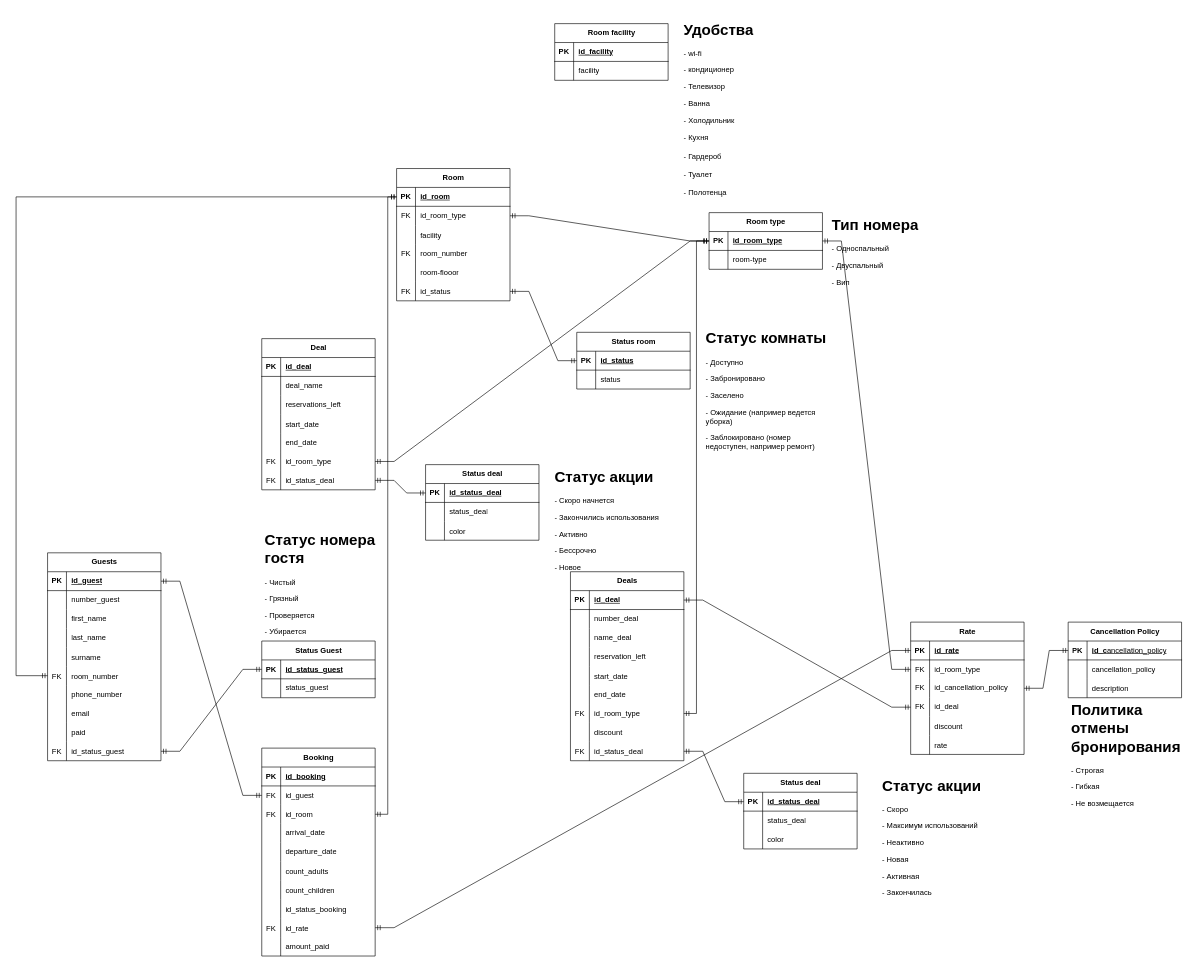
Earlier version of the draw.io diagram bookingHotel_DB.drawio (da-b1rmuda/HotelBooking). Source tidied: cells renumbered, new cells numbered last; positions are measured from the earlier drawing's top-left corner, leaving out a move shared by most shapes. Both pictures are drawn from the tidied source at 63%, with x=0, y=0 at pixel (16, 17).
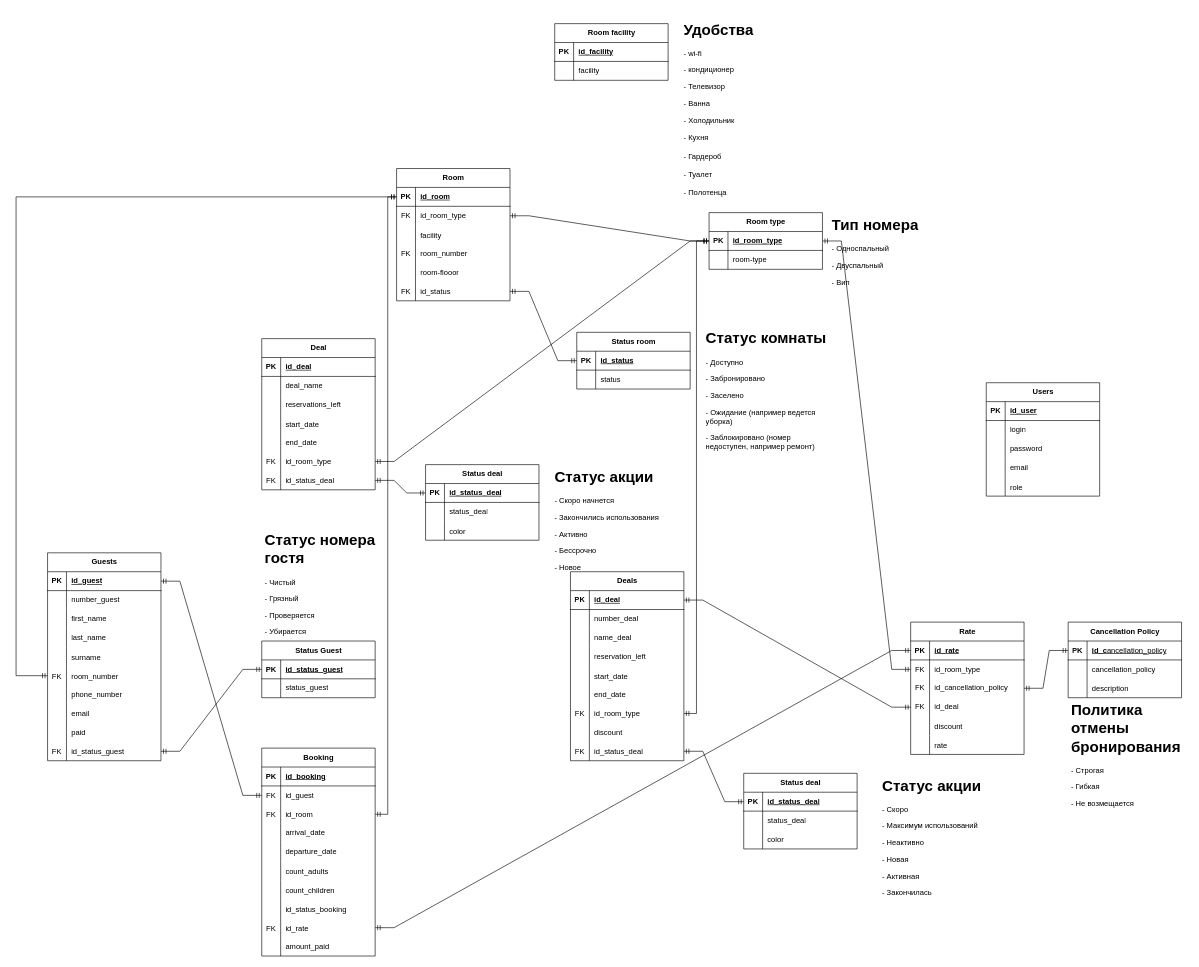
The same page after the edit.

Change to the diagram source:
```diff
@@
+    <mxCell id="231" value="Users" style="shape=table;startSize=30;childLayout=tableLayout;rowLines=0;fontStyle=1;align=center;html=1;" parent="1" vertex="1">
+      <mxGeometry x="1540" y="580" width="180" height="180" as="geometry" />
+    </mxCell>
+    <mxCell id="232" style="shape=tableRow;horizontal=0;startSize=0;swimlaneHead=0;swimlaneBody=0;fillColor=none;top=0;left=0;right=0;bottom=1;" parent="231" vertex="1">
+      <mxGeometry y="30" width="180" height="30" as="geometry" />
+    </mxCell>
+    <mxCell id="233" value="PK" style="shape=partialRectangle;fillColor=none;top=0;left=0;bottom=0;right=0;fontStyle=1;overflow=hidden;whiteSpace=wrap;html=1;" parent="232" vertex="1">
+      <mxGeometry width="30" height="30" as="geometry" />
+    </mxCell>
+    <mxCell id="234" value="id_user" style="shape=partialRectangle;fillColor=none;top=0;left=0;bottom=0;right=0;align=left;spacingLeft=6;fontStyle=5;overflow=hidden;whiteSpace=wrap;html=1;" parent="232" vertex="1">
+      <mxGeometry x="30" width="150" height="30" as="geometry" />
+    </mxCell>
+    <mxCell id="235" style="shape=tableRow;horizontal=0;startSize=0;swimlaneHead=0;swimlaneBody=0;fillColor=none;top=0;left=0;right=0;bottom=0;" parent="231" vertex="1">
+      <mxGeometry y="60" width="180" height="30" as="geometry" />
+    </mxCell>
+    <mxCell id="236" style="shape=partialRectangle;fillColor=none;top=0;left=0;bottom=0;right=0;overflow=hidden;whiteSpace=wrap;html=1;" parent="235" vertex="1">
+      <mxGeometry width="30" height="30" as="geometry" />
+    </mxCell>
+    <mxCell id="237" value="login" style="shape=partialRectangle;fillColor=none;top=0;left=0;bottom=0;right=0;align=left;spacingLeft=6;overflow=hidden;whiteSpace=wrap;html=1;" parent="235" vertex="1">
+      <mxGeometry x="30" width="150" height="30" as="geometry" />
+    </mxCell>
+    <mxCell id="238" style="shape=tableRow;horizontal=0;startSize=0;swimlaneHead=0;swimlaneBody=0;fillColor=none;top=0;left=0;right=0;bottom=0;" parent="231" vertex="1">
+      <mxGeometry y="90" width="180" height="30" as="geometry" />
+    </mxCell>
+    <mxCell id="239" style="shape=partialRectangle;fillColor=none;top=0;left=0;bottom=0;right=0;overflow=hidden;whiteSpace=wrap;html=1;" parent="238" vertex="1">
+      <mxGeometry width="30" height="30" as="geometry" />
+    </mxCell>
+    <mxCell id="240" value="password" style="shape=partialRectangle;fillColor=none;top=0;left=0;bottom=0;right=0;align=left;spacingLeft=6;overflow=hidden;whiteSpace=wrap;html=1;" parent="238" vertex="1">
+      <mxGeometry x="30" width="150" height="30" as="geometry" />
+    </mxCell>
+    <mxCell id="241" style="shape=tableRow;horizontal=0;startSize=0;swimlaneHead=0;swimlaneBody=0;fillColor=none;top=0;left=0;right=0;bottom=0;" parent="231" vertex="1">
+      <mxGeometry y="120" width="180" height="30" as="geometry" />
+    </mxCell>
+    <mxCell id="242" style="shape=partialRectangle;fillColor=none;top=0;left=0;bottom=0;right=0;overflow=hidden;whiteSpace=wrap;html=1;" parent="241" vertex="1">
+      <mxGeometry width="30" height="30" as="geometry" />
+    </mxCell>
+    <mxCell id="243" value="email" style="shape=partialRectangle;fillColor=none;top=0;left=0;bottom=0;right=0;align=left;spacingLeft=6;overflow=hidden;whiteSpace=wrap;html=1;" parent="241" vertex="1">
+      <mxGeometry x="30" width="150" height="30" as="geometry" />
+    </mxCell>
+    <mxCell id="244" style="shape=tableRow;horizontal=0;startSize=0;swimlaneHead=0;swimlaneBody=0;fillColor=none;top=0;left=0;right=0;bottom=0;" parent="231" vertex="1">
+      <mxGeometry y="150" width="180" height="30" as="geometry" />
+    </mxCell>
+    <mxCell id="245" style="shape=partialRectangle;fillColor=none;top=0;left=0;bottom=0;right=0;overflow=hidden;" parent="244" vertex="1">
+      <mxGeometry width="30" height="30" as="geometry" />
+    </mxCell>
+    <mxCell id="246" value="role" style="shape=partialRectangle;fillColor=none;top=0;left=0;bottom=0;right=0;align=left;spacingLeft=6;overflow=hidden;" parent="244" vertex="1">
+      <mxGeometry x="30" width="150" height="30" as="geometry" />
+    </mxCell>
```
